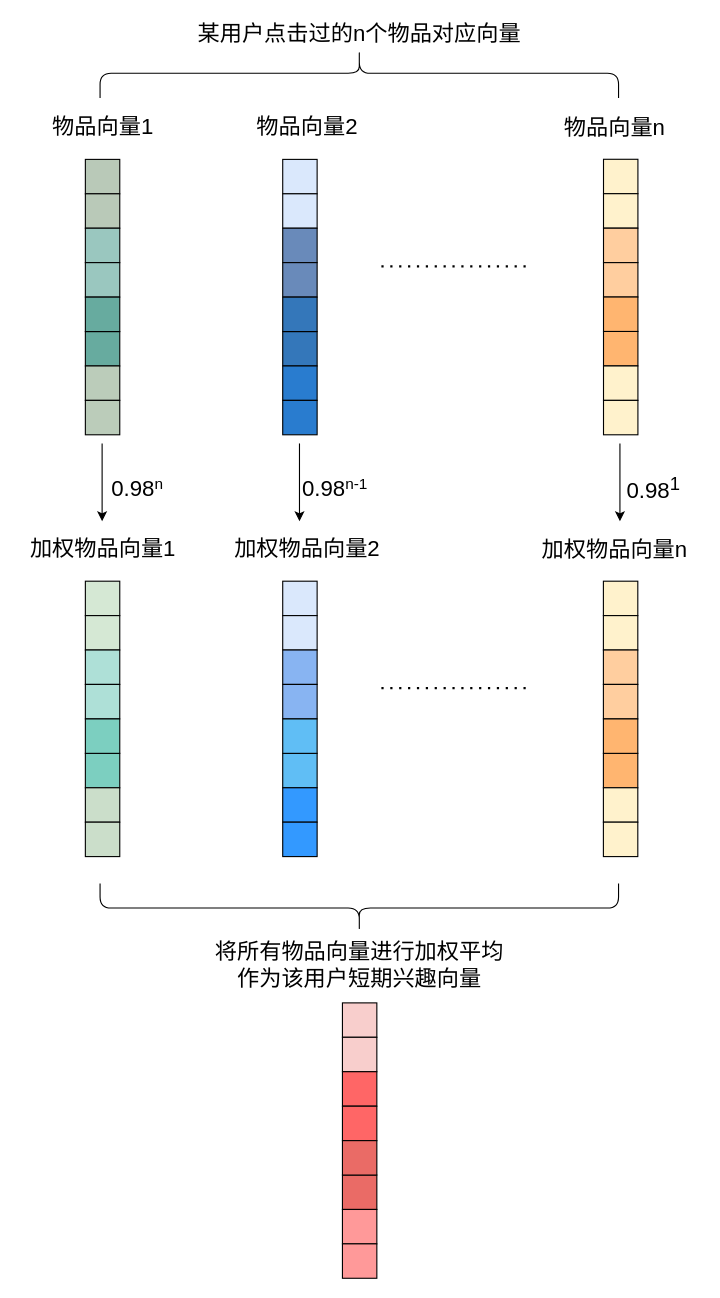
Before: 0430.drawio in OdaXU/svm, a draw.io diagram. Source tidied: cells renumbered, new cells numbered last; positions are measured from the earlier drawing's top-left corner, leaving out a move shared by most shapes. Both pictures are drawn from the tidied source at 111%, with x=0, y=0 at pixel (19, -186).
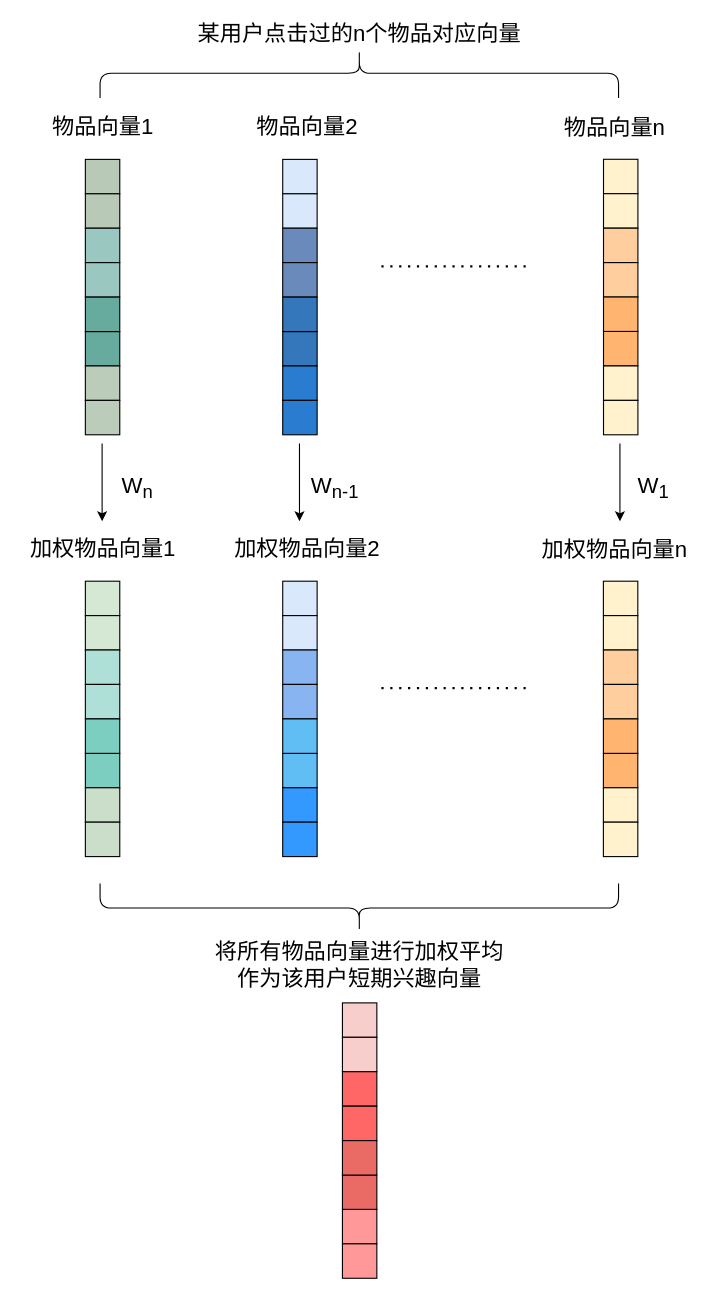
After the change.

The edit, as a diff of the source:
```diff
@@
-    <mxCell id="67" value="0.98&lt;sup&gt;1&lt;/sup&gt;" style="text;html=1;align=center;verticalAlign=middle;strokeColor=none;fillColor=none;fontSize=20;fontColor=#000000;" parent="1" vertex="1">
-      <mxGeometry x="541" y="587" width="60" height="40" as="geometry" />
+    <mxCell id="67" value="W&lt;sub&gt;1&lt;/sub&gt;" style="text;html=1;align=center;verticalAlign=middle;strokeColor=none;fillColor=none;fontSize=20;fontColor=#000000;" parent="1" vertex="1">
+      <mxGeometry x="551" y="592" width="40" height="30" as="geometry" />
     </mxCell>
-    <mxCell id="68" value="0.98&lt;span style=&quot;font-size: 16.6667px&quot;&gt;&lt;sup&gt;n-1&lt;/sup&gt;&lt;/span&gt;" style="text;html=1;align=center;verticalAlign=middle;strokeColor=none;fillColor=none;fontSize=20;fontColor=#000000;" parent="1" vertex="1">
-      <mxGeometry x="249.4" y="587" width="70" height="40" as="geometry" />
+    <mxCell id="68" value="W&lt;sub&gt;n-1&lt;/sub&gt;" style="text;html=1;align=center;verticalAlign=middle;strokeColor=none;fillColor=none;fontSize=20;fontColor=#000000;" parent="1" vertex="1">
+      <mxGeometry x="254.4" y="592" width="60" height="30" as="geometry" />
     </mxCell>
-    <mxCell id="69" value="0.98&lt;span style=&quot;font-size: 16.6667px&quot;&gt;&lt;sup&gt;n&lt;/sup&gt;&lt;/span&gt;" style="text;html=1;align=center;verticalAlign=middle;strokeColor=none;fillColor=none;fontSize=20;fontColor=#000000;" parent="1" vertex="1">
-      <mxGeometry x="76" y="587" width="60" height="40" as="geometry" />
+    <mxCell id="69" value="W&lt;sub&gt;n&lt;/sub&gt;" style="text;html=1;align=center;verticalAlign=middle;strokeColor=none;fillColor=none;fontSize=20;fontColor=#000000;" parent="1" vertex="1">
+      <mxGeometry x="86" y="592" width="40" height="30" as="geometry" />
     </mxCell>
```
